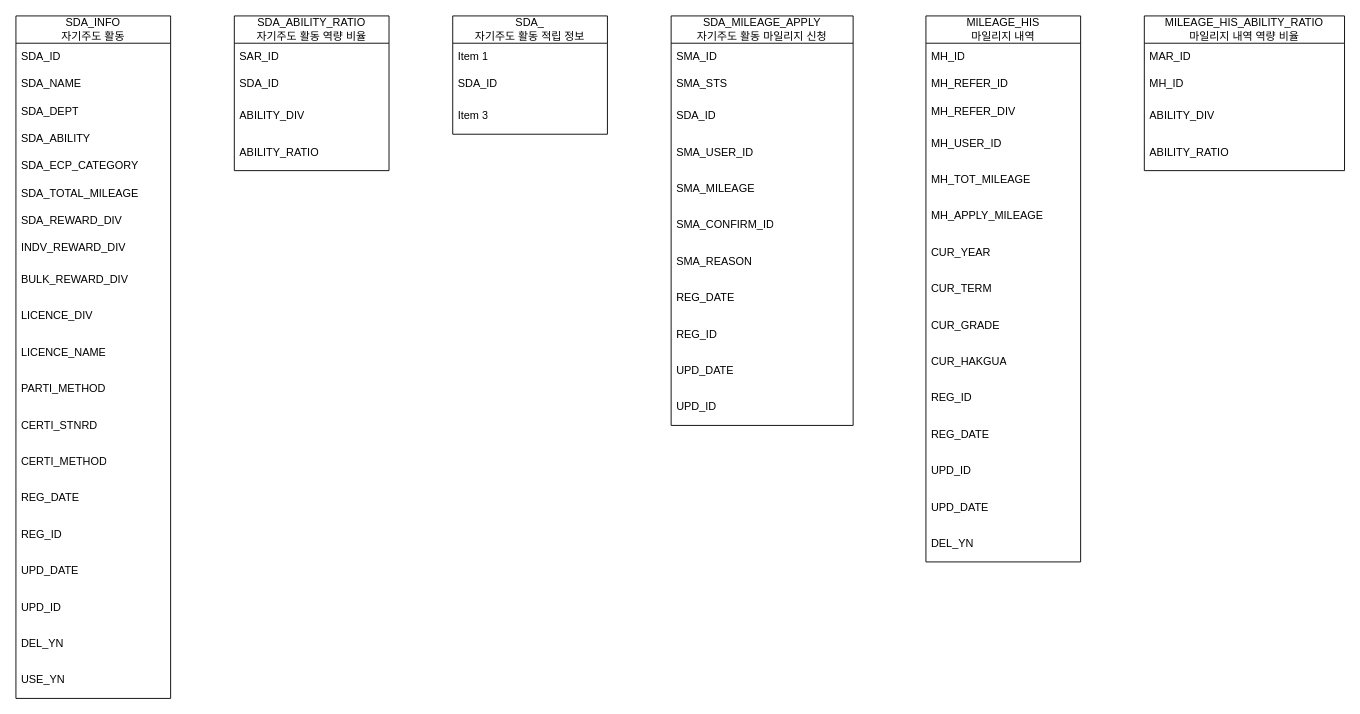
Before: page "마일리지, 자기주도 활동" (1 of 2) of Table Structure.drawio in HAR00N/draw.io, a draw.io diagram. Source tidied: cells renumbered, new cells numbered last; positions are measured from the earlier drawing's top-left corner, leaving out a move shared by most shapes. Both pictures are drawn from the tidied source at 91%, with x=0, y=0 at pixel (15, 15).
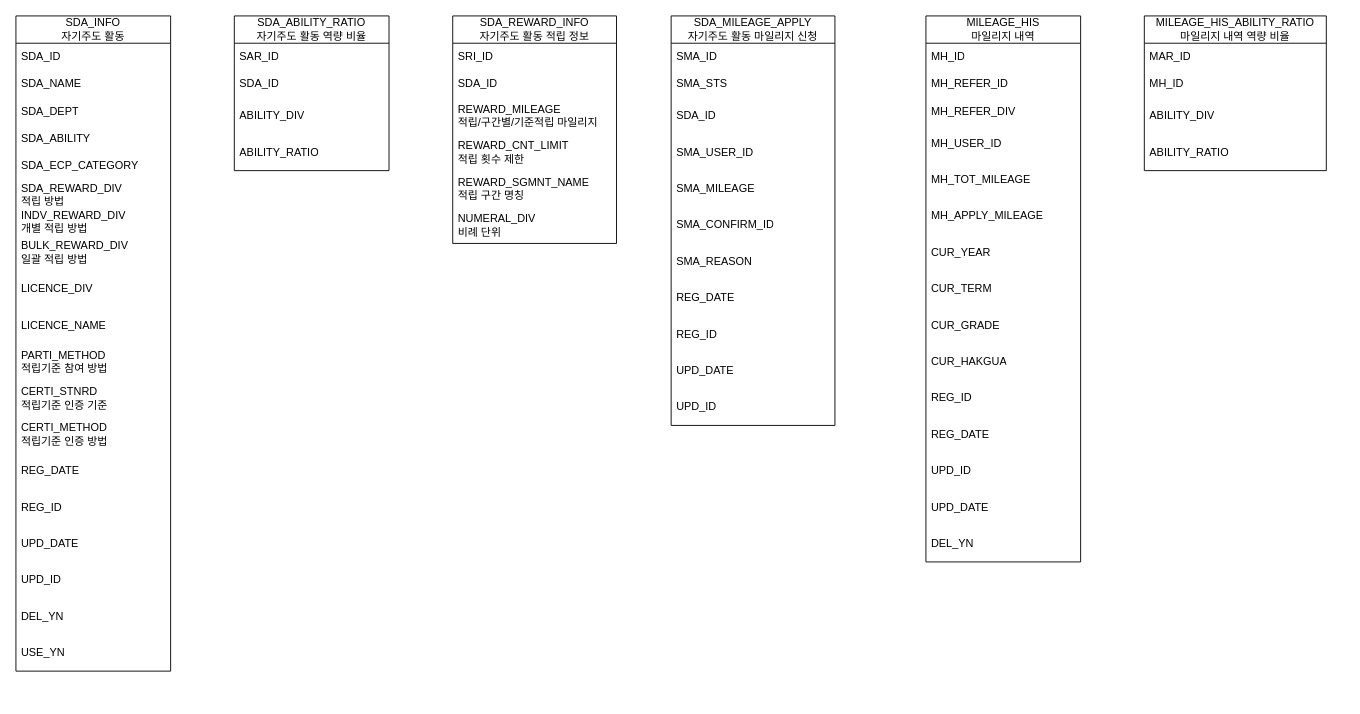
The same diagram, later.

The edit, as a diff of the source:
```diff
@@
     <mxCell id="2" value="&lt;div&gt;SDA_INFO&lt;/div&gt;자기주도 활동" style="swimlane;fontStyle=0;horizontal=1;startSize=30;whiteSpace=wrap;html=1;" parent="1" vertex="1">
-      <mxGeometry width="170" height="750" as="geometry" />
+      <mxGeometry width="170" height="720" as="geometry" />
     </mxCell>
@@
-    <mxCell id="8" value="SDA_TOTAL_MILEAGE" style="text;strokeColor=none;fillColor=none;align=left;verticalAlign=middle;spacingLeft=4;spacingRight=4;overflow=hidden;whiteSpace=wrap;html=1;" parent="2" vertex="1">
-      <mxGeometry y="180" width="170" height="30" as="geometry" />
-    </mxCell>
-    <mxCell id="9" value="SDA_REWARD_DIV" style="text;strokeColor=none;fillColor=none;align=left;verticalAlign=middle;spacingLeft=4;spacingRight=4;overflow=hidden;whiteSpace=wrap;html=1;" parent="2" vertex="1">
-      <mxGeometry y="210" width="170" height="30" as="geometry" />
+    <mxCell id="9" value="SDA_REWARD_DIV&lt;div&gt;적립 방법&lt;/div&gt;" style="text;strokeColor=none;fillColor=none;align=left;verticalAlign=middle;spacingLeft=4;spacingRight=4;overflow=hidden;whiteSpace=wrap;html=1;" parent="2" vertex="1">
+      <mxGeometry y="180" width="170" height="30" as="geometry" />
     </mxCell>
-    <mxCell id="10" value="INDV_REWARD_DIV" style="text;strokeColor=none;fillColor=none;align=left;verticalAlign=middle;spacingLeft=4;spacingRight=4;overflow=hidden;whiteSpace=wrap;html=1;" parent="2" vertex="1">
-      <mxGeometry y="240" width="170" height="30" as="geometry" />
+    <mxCell id="10" value="INDV_REWARD_DIV&lt;div&gt;개별 적립 방법&lt;/div&gt;" style="text;strokeColor=none;fillColor=none;align=left;verticalAlign=middle;spacingLeft=4;spacingRight=4;overflow=hidden;whiteSpace=wrap;html=1;" parent="2" vertex="1">
+      <mxGeometry y="210" width="170" height="30" as="geometry" />
     </mxCell>
-    <mxCell id="11" value="BULK_REWARD_DIV" style="text;strokeColor=none;fillColor=none;align=left;verticalAlign=middle;spacingLeft=4;spacingRight=4;overflow=hidden;whiteSpace=wrap;html=1;" parent="2" vertex="1">
-      <mxGeometry y="270" width="170" height="40" as="geometry" />
+    <mxCell id="11" value="BULK_REWARD_DIV&lt;div&gt;일괄 적립 방법&lt;/div&gt;" style="text;strokeColor=none;fillColor=none;align=left;verticalAlign=middle;spacingLeft=4;spacingRight=4;overflow=hidden;whiteSpace=wrap;html=1;" parent="2" vertex="1">
+      <mxGeometry y="240" width="170" height="40" as="geometry" />
     </mxCell>
     <mxCell id="12" value="LICENCE_DIV" style="text;strokeColor=none;fillColor=none;align=left;verticalAlign=middle;spacingLeft=4;spacingRight=4;overflow=hidden;whiteSpace=wrap;html=1;" parent="2" vertex="1">
-      <mxGeometry y="310" width="170" height="40" as="geometry" />
+      <mxGeometry y="280" width="170" height="40" as="geometry" />
     </mxCell>
     <mxCell id="13" value="LICENCE_NAME" style="text;strokeColor=none;fillColor=none;align=left;verticalAlign=middle;spacingLeft=4;spacingRight=4;overflow=hidden;whiteSpace=wrap;html=1;" parent="2" vertex="1">
-      <mxGeometry y="350" width="170" height="40" as="geometry" />
+      <mxGeometry y="320" width="170" height="40" as="geometry" />
     </mxCell>
-    <mxCell id="14" value="PARTI_METHOD" style="text;strokeColor=none;fillColor=none;align=left;verticalAlign=middle;spacingLeft=4;spacingRight=4;overflow=hidden;whiteSpace=wrap;html=1;" parent="2" vertex="1">
-      <mxGeometry y="390" width="170" height="40" as="geometry" />
+    <mxCell id="14" value="PARTI_METHOD&lt;div&gt;적립기준 참여 방법&lt;/div&gt;" style="text;strokeColor=none;fillColor=none;align=left;verticalAlign=middle;spacingLeft=4;spacingRight=4;overflow=hidden;whiteSpace=wrap;html=1;" parent="2" vertex="1">
+      <mxGeometry y="360" width="170" height="40" as="geometry" />
     </mxCell>
-    <mxCell id="15" value="CERTI_STNRD" style="text;strokeColor=none;fillColor=none;align=left;verticalAlign=middle;spacingLeft=4;spacingRight=4;overflow=hidden;whiteSpace=wrap;html=1;" parent="2" vertex="1">
-      <mxGeometry y="430" width="170" height="40" as="geometry" />
+    <mxCell id="15" value="CERTI_STNRD&lt;div&gt;적립기준 인증 기준&lt;/div&gt;" style="text;strokeColor=none;fillColor=none;align=left;verticalAlign=middle;spacingLeft=4;spacingRight=4;overflow=hidden;whiteSpace=wrap;html=1;" parent="2" vertex="1">
+      <mxGeometry y="400" width="170" height="40" as="geometry" />
     </mxCell>
-    <mxCell id="16" value="CERTI_METHOD" style="text;strokeColor=none;fillColor=none;align=left;verticalAlign=middle;spacingLeft=4;spacingRight=4;overflow=hidden;whiteSpace=wrap;html=1;" parent="2" vertex="1">
-      <mxGeometry y="470" width="170" height="40" as="geometry" />
+    <mxCell id="16" value="CERTI_METHOD&lt;div&gt;적립기준 인증 방법&lt;/div&gt;" style="text;strokeColor=none;fillColor=none;align=left;verticalAlign=middle;spacingLeft=4;spacingRight=4;overflow=hidden;whiteSpace=wrap;html=1;" parent="2" vertex="1">
+      <mxGeometry y="440" width="170" height="40" as="geometry" />
     </mxCell>
     <mxCell id="17" value="REG_DATE" style="text;strokeColor=none;fillColor=none;align=left;verticalAlign=middle;spacingLeft=4;spacingRight=4;overflow=hidden;whiteSpace=wrap;html=1;" parent="2" vertex="1">
-      <mxGeometry y="510" width="170" height="40" as="geometry" />
+      <mxGeometry y="480" width="170" height="40" as="geometry" />
     </mxCell>
     <mxCell id="18" value="REG_ID" style="text;strokeColor=none;fillColor=none;align=left;verticalAlign=middle;spacingLeft=4;spacingRight=4;overflow=hidden;whiteSpace=wrap;html=1;" parent="2" vertex="1">
-      <mxGeometry y="550" width="170" height="40" as="geometry" />
+      <mxGeometry y="520" width="170" height="40" as="geometry" />
     </mxCell>
     <mxCell id="19" value="UPD_DATE" style="text;strokeColor=none;fillColor=none;align=left;verticalAlign=middle;spacingLeft=4;spacingRight=4;overflow=hidden;whiteSpace=wrap;html=1;" parent="2" vertex="1">
-      <mxGeometry y="590" width="170" height="40" as="geometry" />
+      <mxGeometry y="560" width="170" height="40" as="geometry" />
     </mxCell>
     <mxCell id="20" value="UPD_ID" style="text;strokeColor=none;fillColor=none;align=left;verticalAlign=middle;spacingLeft=4;spacingRight=4;overflow=hidden;whiteSpace=wrap;html=1;" parent="2" vertex="1">
-      <mxGeometry y="630" width="170" height="40" as="geometry" />
+      <mxGeometry y="600" width="170" height="40" as="geometry" />
     </mxCell>
     <mxCell id="21" value="DEL_YN" style="text;strokeColor=none;fillColor=none;align=left;verticalAlign=middle;spacingLeft=4;spacingRight=4;overflow=hidden;whiteSpace=wrap;html=1;" parent="2" vertex="1">
-      <mxGeometry y="670" width="170" height="40" as="geometry" />
+      <mxGeometry y="640" width="170" height="40" as="geometry" />
     </mxCell>
     <mxCell id="22" value="USE_YN" style="text;strokeColor=none;fillColor=none;align=left;verticalAlign=middle;spacingLeft=4;spacingRight=4;overflow=hidden;whiteSpace=wrap;html=1;" parent="2" vertex="1">
-      <mxGeometry y="710" width="170" height="40" as="geometry" />
+      <mxGeometry y="680" width="170" height="40" as="geometry" />
     </mxCell>
@@
-    <mxCell id="28" value="&lt;div&gt;SDA_&lt;/div&gt;자기주도 활동 적립 정보" style="swimlane;fontStyle=0;horizontal=1;startSize=30;whiteSpace=wrap;html=1;" parent="1" vertex="1">
-      <mxGeometry x="480" width="170" height="130" as="geometry" />
+    <mxCell id="28" value="&lt;div&gt;SDA_REWARD_INFO&lt;/div&gt;자기주도 활동 적립 정보" style="swimlane;fontStyle=0;horizontal=1;startSize=30;whiteSpace=wrap;html=1;" parent="1" vertex="1">
+      <mxGeometry x="480" width="180" height="250" as="geometry" />
     </mxCell>
-    <mxCell id="29" value="Item 1" style="text;strokeColor=none;fillColor=none;align=left;verticalAlign=middle;spacingLeft=4;spacingRight=4;overflow=hidden;whiteSpace=wrap;html=1;" parent="28" vertex="1">
-      <mxGeometry y="30" width="170" height="30" as="geometry" />
+    <mxCell id="29" value="SRI_ID" style="text;strokeColor=none;fillColor=none;align=left;verticalAlign=middle;spacingLeft=4;spacingRight=4;overflow=hidden;whiteSpace=wrap;html=1;" parent="28" vertex="1">
+      <mxGeometry y="30" width="180" height="30" as="geometry" />
     </mxCell>
     <mxCell id="30" value="SDA_ID" style="text;strokeColor=none;fillColor=none;align=left;verticalAlign=middle;spacingLeft=4;spacingRight=4;overflow=hidden;whiteSpace=wrap;html=1;" parent="28" vertex="1">
-      <mxGeometry y="60" width="170" height="30" as="geometry" />
+      <mxGeometry y="60" width="180" height="30" as="geometry" />
     </mxCell>
-    <mxCell id="31" value="Item 3" style="text;strokeColor=none;fillColor=none;align=left;verticalAlign=middle;spacingLeft=4;spacingRight=4;overflow=hidden;whiteSpace=wrap;html=1;" parent="28" vertex="1">
-      <mxGeometry y="90" width="170" height="40" as="geometry" />
-    </mxCell>
+    <mxCell id="65" value="REWARD_MILEAGE&lt;div&gt;적립/구간별/기준적립 마일리지&lt;/div&gt;" style="text;strokeColor=none;fillColor=none;align=left;verticalAlign=middle;spacingLeft=4;spacingRight=4;overflow=hidden;whiteSpace=wrap;html=1;" parent="28" vertex="1">
+      <mxGeometry y="90" width="180" height="40" as="geometry" />
+    </mxCell>
+    <mxCell id="66" value="REWARD_CNT_LIMIT&lt;div&gt;적립 횟수 제한&lt;/div&gt;" style="text;strokeColor=none;fillColor=none;align=left;verticalAlign=middle;spacingLeft=4;spacingRight=4;overflow=hidden;whiteSpace=wrap;html=1;" parent="28" vertex="1">
+      <mxGeometry y="130" width="180" height="40" as="geometry" />
+    </mxCell>
+    <mxCell id="67" value="REWARD_SGMNT_NAME&lt;div&gt;적립 구간 명칭&lt;/div&gt;" style="text;strokeColor=none;fillColor=none;align=left;verticalAlign=middle;spacingLeft=4;spacingRight=4;overflow=hidden;whiteSpace=wrap;html=1;" parent="28" vertex="1">
+      <mxGeometry y="170" width="180" height="40" as="geometry" />
+    </mxCell>
+    <mxCell id="68" value="NUMERAL_DIV&lt;div&gt;비례 단위&lt;/div&gt;" style="text;strokeColor=none;fillColor=none;align=left;verticalAlign=middle;spacingLeft=4;spacingRight=4;overflow=hidden;whiteSpace=wrap;html=1;" parent="28" vertex="1">
+      <mxGeometry y="210" width="180" height="40" as="geometry" />
+    </mxCell>
     <mxCell id="32" value="SDA_MILEAGE_APPLY&lt;br&gt;자기주도 활동 마일리지 신청" style="swimlane;fontStyle=0;horizontal=1;startSize=30;whiteSpace=wrap;html=1;" parent="1" vertex="1">
-      <mxGeometry x="720" width="200" height="450" as="geometry" />
+      <mxGeometry x="720" width="180" height="450" as="geometry" />
     </mxCell>
     <mxCell id="33" value="SMA_ID" style="text;strokeColor=none;fillColor=none;align=left;verticalAlign=middle;spacingLeft=4;spacingRight=4;overflow=hidden;whiteSpace=wrap;html=1;" parent="32" vertex="1">
-      <mxGeometry y="30" width="200" height="30" as="geometry" />
+      <mxGeometry y="30" width="180" height="30" as="geometry" />
     </mxCell>
     <mxCell id="34" value="SMA_STS" style="text;strokeColor=none;fillColor=none;align=left;verticalAlign=middle;spacingLeft=4;spacingRight=4;overflow=hidden;whiteSpace=wrap;html=1;" parent="32" vertex="1">
-      <mxGeometry y="60" width="200" height="30" as="geometry" />
+      <mxGeometry y="60" width="180" height="30" as="geometry" />
     </mxCell>
     <mxCell id="35" value="SDA_ID" style="text;strokeColor=none;fillColor=none;align=left;verticalAlign=middle;spacingLeft=4;spacingRight=4;overflow=hidden;whiteSpace=wrap;html=1;" parent="32" vertex="1">
-      <mxGeometry y="90" width="200" height="40" as="geometry" />
+      <mxGeometry y="90" width="180" height="40" as="geometry" />
     </mxCell>
     <mxCell id="36" value="SMA_USER_ID" style="text;strokeColor=none;fillColor=none;align=left;verticalAlign=middle;spacingLeft=4;spacingRight=4;overflow=hidden;whiteSpace=wrap;html=1;" parent="32" vertex="1">
-      <mxGeometry y="130" width="200" height="40" as="geometry" />
+      <mxGeometry y="130" width="180" height="40" as="geometry" />
     </mxCell>
     <mxCell id="37" value="SMA_MILEAGE" style="text;strokeColor=none;fillColor=none;align=left;verticalAlign=middle;spacingLeft=4;spacingRight=4;overflow=hidden;whiteSpace=wrap;html=1;" parent="32" vertex="1">
-      <mxGeometry y="170" width="200" height="40" as="geometry" />
+      <mxGeometry y="170" width="180" height="40" as="geometry" />
     </mxCell>
     <mxCell id="38" value="SMA_CONFIRM_ID" style="text;strokeColor=none;fillColor=none;align=left;verticalAlign=middle;spacingLeft=4;spacingRight=4;overflow=hidden;whiteSpace=wrap;html=1;" parent="32" vertex="1">
-      <mxGeometry y="210" width="200" height="40" as="geometry" />
+      <mxGeometry y="210" width="180" height="40" as="geometry" />
     </mxCell>
     <mxCell id="39" value="SMA_REASON" style="text;strokeColor=none;fillColor=none;align=left;verticalAlign=middle;spacingLeft=4;spacingRight=4;overflow=hidden;whiteSpace=wrap;html=1;" parent="32" vertex="1">
-      <mxGeometry y="250" width="200" height="40" as="geometry" />
+      <mxGeometry y="250" width="180" height="40" as="geometry" />
     </mxCell>
     <mxCell id="40" value="REG_DATE" style="text;strokeColor=none;fillColor=none;align=left;verticalAlign=middle;spacingLeft=4;spacingRight=4;overflow=hidden;whiteSpace=wrap;html=1;" parent="32" vertex="1">
-      <mxGeometry y="290" width="200" height="40" as="geometry" />
+      <mxGeometry y="290" width="180" height="40" as="geometry" />
     </mxCell>
     <mxCell id="41" value="REG_ID" style="text;strokeColor=none;fillColor=none;align=left;verticalAlign=middle;spacingLeft=4;spacingRight=4;overflow=hidden;whiteSpace=wrap;html=1;" parent="32" vertex="1">
-      <mxGeometry y="330" width="200" height="40" as="geometry" />
+      <mxGeometry y="330" width="180" height="40" as="geometry" />
     </mxCell>
     <mxCell id="42" value="UPD_DATE" style="text;strokeColor=none;fillColor=none;align=left;verticalAlign=middle;spacingLeft=4;spacingRight=4;overflow=hidden;whiteSpace=wrap;html=1;" parent="32" vertex="1">
-      <mxGeometry y="370" width="200" height="40" as="geometry" />
+      <mxGeometry y="370" width="180" height="40" as="geometry" />
     </mxCell>
     <mxCell id="43" value="UPD_ID" style="text;strokeColor=none;fillColor=none;align=left;verticalAlign=middle;spacingLeft=4;spacingRight=4;overflow=hidden;whiteSpace=wrap;html=1;" parent="32" vertex="1">
-      <mxGeometry y="410" width="200" height="40" as="geometry" />
+      <mxGeometry y="410" width="180" height="40" as="geometry" />
     </mxCell>
@@
     <mxCell id="60" value="&lt;div&gt;MILEAGE_HIS_ABILITY_RATIO&lt;/div&gt;마일리지 내역 역량 비율" style="swimlane;fontStyle=0;horizontal=1;startSize=30;whiteSpace=wrap;html=1;" parent="1" vertex="1">
-      <mxGeometry x="1240" width="220" height="170" as="geometry" />
+      <mxGeometry x="1240" width="200" height="170" as="geometry" />
     </mxCell>
     <mxCell id="61" value="MAR_ID" style="text;strokeColor=none;fillColor=none;align=left;verticalAlign=middle;spacingLeft=4;spacingRight=4;overflow=hidden;whiteSpace=wrap;html=1;" parent="60" vertex="1">
-      <mxGeometry y="30" width="220" height="30" as="geometry" />
+      <mxGeometry y="30" width="200" height="30" as="geometry" />
     </mxCell>
     <mxCell id="62" value="MH_ID" style="text;strokeColor=none;fillColor=none;align=left;verticalAlign=middle;spacingLeft=4;spacingRight=4;overflow=hidden;whiteSpace=wrap;html=1;" parent="60" vertex="1">
-      <mxGeometry y="60" width="220" height="30" as="geometry" />
+      <mxGeometry y="60" width="200" height="30" as="geometry" />
     </mxCell>
     <mxCell id="63" value="ABILITY_DIV" style="text;strokeColor=none;fillColor=none;align=left;verticalAlign=middle;spacingLeft=4;spacingRight=4;overflow=hidden;whiteSpace=wrap;html=1;" parent="60" vertex="1">
-      <mxGeometry y="90" width="220" height="40" as="geometry" />
+      <mxGeometry y="90" width="200" height="40" as="geometry" />
     </mxCell>
     <mxCell id="64" value="ABILITY_RATIO" style="text;strokeColor=none;fillColor=none;align=left;verticalAlign=middle;spacingLeft=4;spacingRight=4;overflow=hidden;whiteSpace=wrap;html=1;" parent="60" vertex="1">
-      <mxGeometry y="130" width="220" height="40" as="geometry" />
+      <mxGeometry y="130" width="200" height="40" as="geometry" />
     </mxCell>
```
